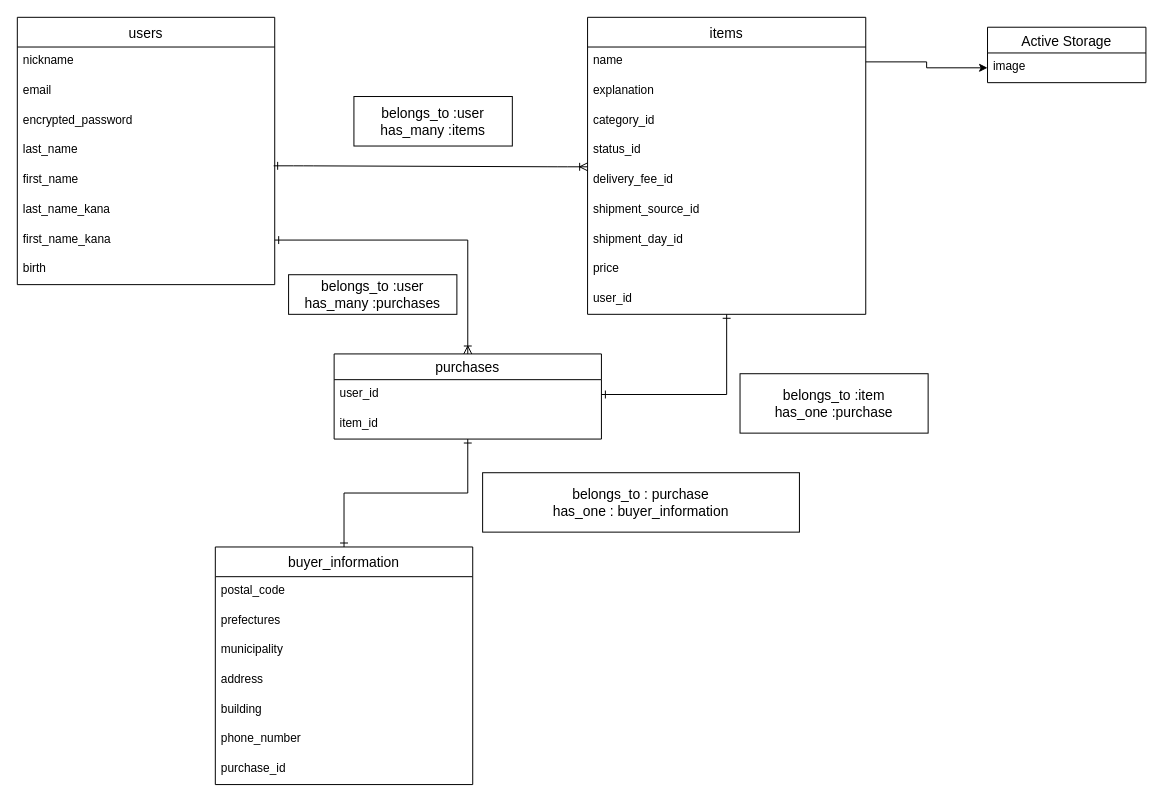
ALBAS23/furima-28673 keeps this draw.io diagram as Database.dio. Above is the earlier version. Source tidied: cells renumbered, new cells numbered last; positions are measured from the earlier drawing's top-left corner, leaving out a move shared by most shapes. Both pictures are drawn from the tidied source at 99%, with x=0, y=0 at pixel (17, 17).
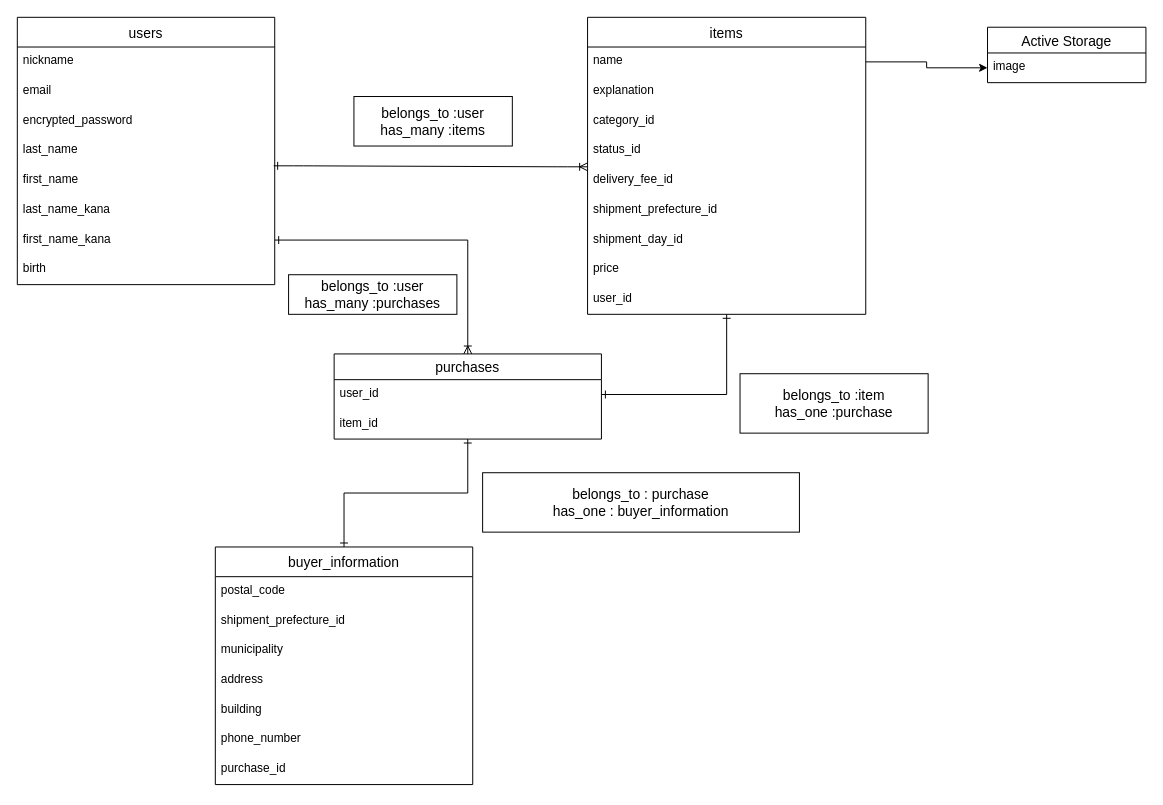
After the change.

Commit message (it also covers changes not shown here):
データベース設計_修正版４

The change refers to these unchanged cells:
```xml
<mxCell id="2" value="buyer_information" style="swimlane;fontStyle=0;horizontal=1;startSize=30;align=center;fontSize=14;rotation=0;" parent="1" vertex="1">
  <mxGeometry x="200" y="535" width="260" height="240" as="geometry" />
</mxCell>
<mxCell id="20" value="items" style="swimlane;fontStyle=0;horizontal=1;startSize=30;align=center;fontSize=14;rotation=0;" parent="1" vertex="1">
  <mxGeometry x="576" width="281" height="300" as="geometry" />
</mxCell>
```

Diff of the diagram source:
```diff
@@
-    <mxCell id="4" value="prefectures" style="text;strokeColor=none;fillColor=none;spacingLeft=4;spacingRight=4;overflow=hidden;fontSize=12;rotation=0;" parent="2" vertex="1">
+    <mxCell id="4" value="shipment_prefecture_id " style="text;strokeColor=none;fillColor=none;spacingLeft=4;spacingRight=4;overflow=hidden;fontSize=12;rotation=0;" parent="2" vertex="1">
       <mxGeometry y="60" width="260" height="30" as="geometry" />
     </mxCell>
@@
-    <mxCell id="26" value="shipment_source_id" style="text;strokeColor=none;fillColor=none;spacingLeft=4;spacingRight=4;overflow=hidden;fontSize=12;rotation=0;" parent="20" vertex="1">
+    <mxCell id="26" value="shipment_prefecture_id " style="text;strokeColor=none;fillColor=none;spacingLeft=4;spacingRight=4;overflow=hidden;fontSize=12;rotation=0;" parent="20" vertex="1">
       <mxGeometry y="180" width="281" height="30" as="geometry" />
     </mxCell>
```
